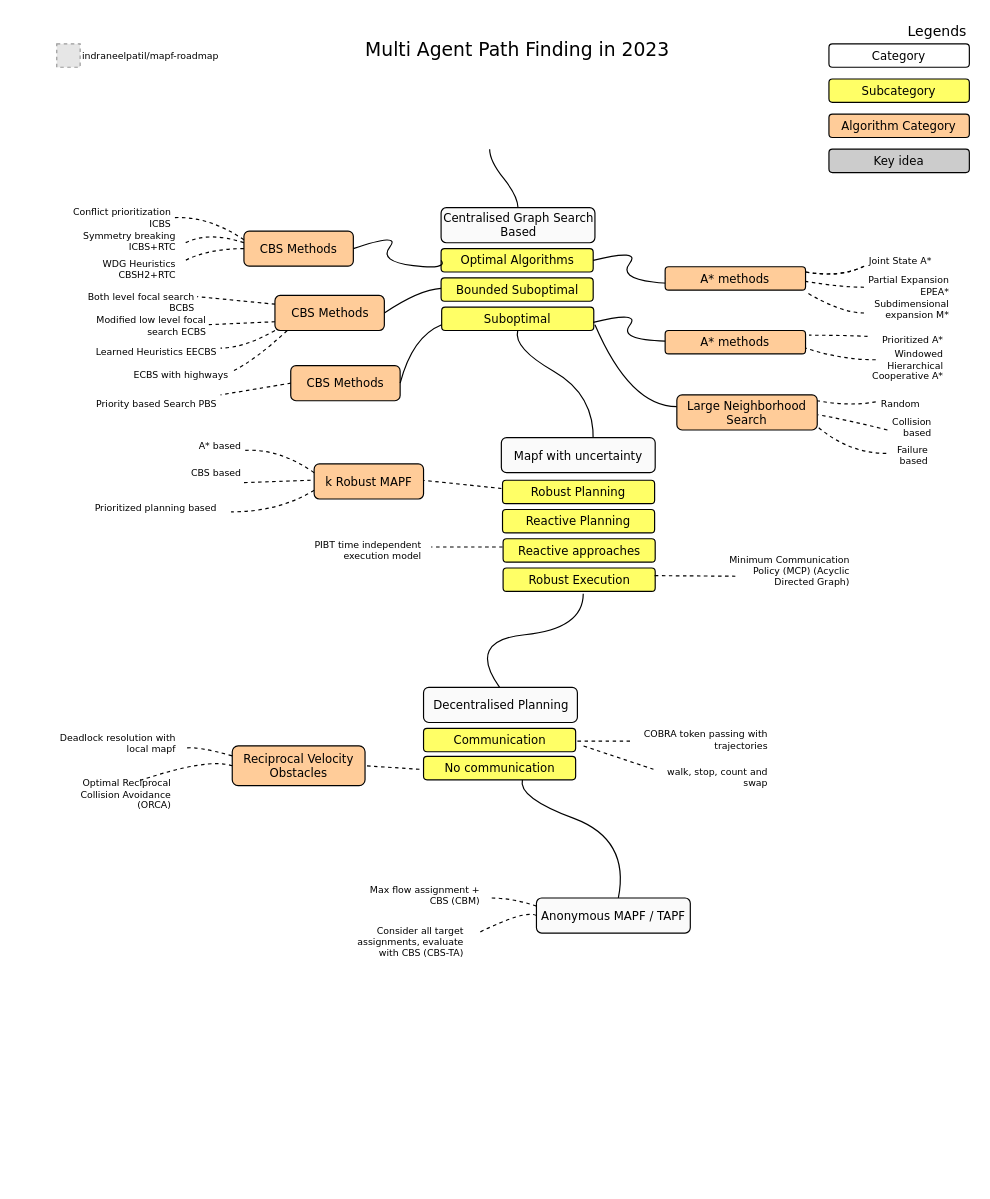
The draw.io diagram roadmap.drawio in indraneelpatil/mapf-roadmap, before the edit. Source tidied: cells renumbered, new cells numbered last; positions are measured from the earlier drawing's top-left corner, leaving out a move shared by most shapes. Both pictures are drawn from the tidied source at 117%, with x=0, y=0 at pixel (44, 20). Pictures stored in the file or linked from it are replaced by grey dashed boxes.
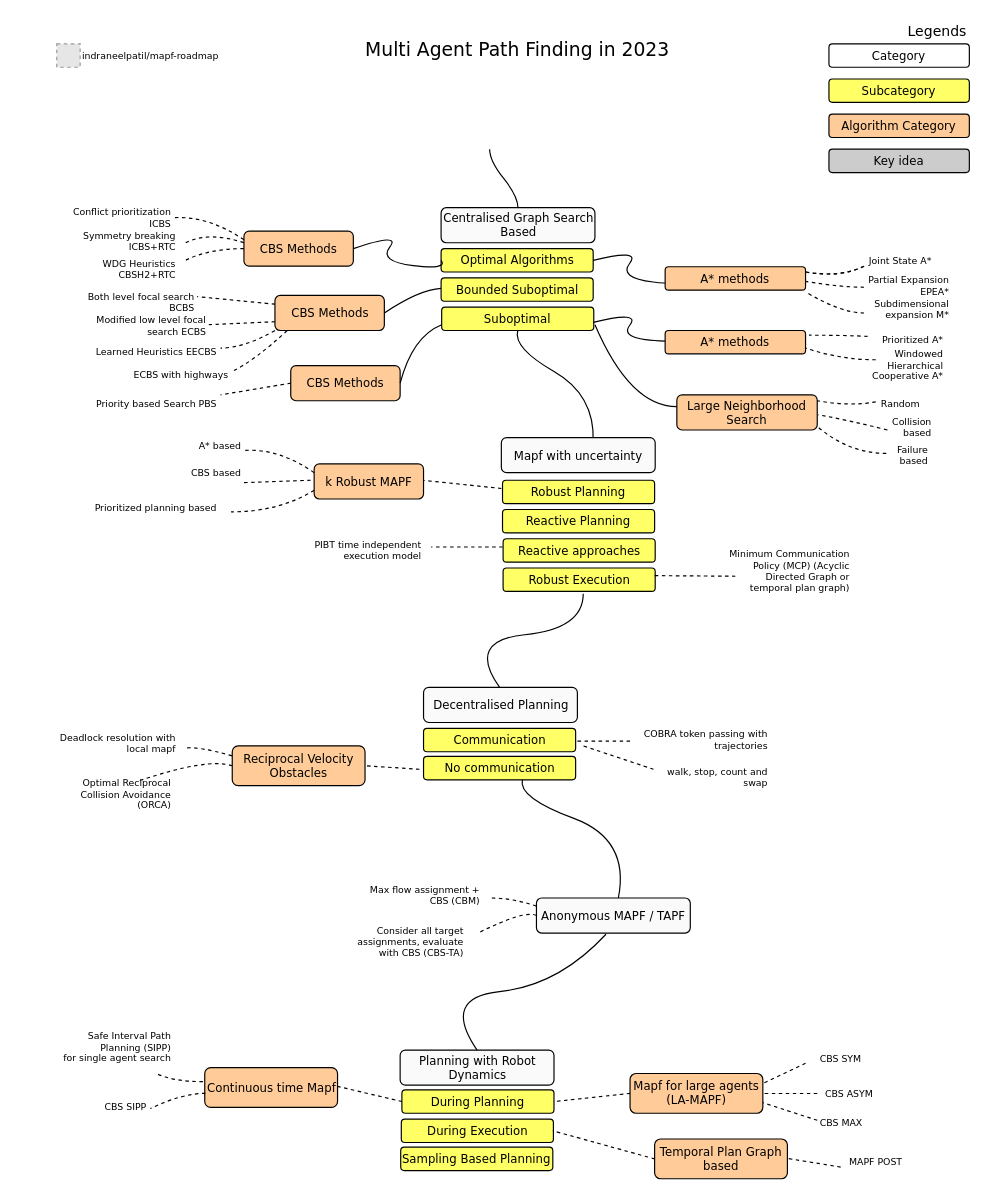
The same diagram, later.

The change refers to these unchanged cells:
```xml
<mxCell id="91" value="Anonymous MAPF / TAPF" style="rounded=1;whiteSpace=wrap;html=1;comic=0;fontFamily=Verdana;fontSize=10;fillColor=#fafafa;" parent="1" vertex="1">
  <mxGeometry x="420" y="750" width="131.5" height="30" as="geometry" />
</mxCell>
```

The edit, as a diff of the source:
```diff
@@
-    <mxCell id="68" value="Minimum Communication Policy (MCP) (Acyclic Directed Graph)" style="text;html=1;strokeColor=none;fillColor=none;align=right;verticalAlign=middle;whiteSpace=wrap;rounded=0;comic=0;fontFamily=Verdana;fontSize=8;" parent="1" vertex="1">
+    <mxCell id="68" value="Minimum Communication Policy (MCP) (Acyclic Directed Graph or temporal plan graph)" style="text;html=1;strokeColor=none;fillColor=none;align=right;verticalAlign=middle;whiteSpace=wrap;rounded=0;comic=0;fontFamily=Verdana;fontSize=8;" parent="1" vertex="1">
       <mxGeometry x="580" y="463" width="110" height="15" as="geometry" />
     </mxCell>
@@
+    <mxCell id="98" value="Planning with Robot Dynamics" style="rounded=1;whiteSpace=wrap;html=1;comic=0;fontFamily=Verdana;fontSize=10;fillColor=#fafafa;" parent="1" vertex="1">
+      <mxGeometry x="303.5" y="880" width="131.5" height="30" as="geometry" />
+    </mxCell>
+    <mxCell id="99" style="curved=1;endArrow=none;html=1;fontFamily=Verdana;fontSize=10;entryX=0.5;entryY=0;endFill=0;exitX=0.452;exitY=1.033;exitDx=0;exitDy=0;exitPerimeter=0;entryDx=0;entryDy=0;" parent="1" edge="1" source="91" target="98">
+      <mxGeometry relative="1" as="geometry">
+        <Array as="points">
+          <mxPoint x="438.5" y="825" />
+          <mxPoint x="338.5" y="835" />
+        </Array>
+      </mxGeometry>
+    </mxCell>
+    <mxCell id="100" value="During Planning" style="rounded=1;whiteSpace=wrap;html=1;comic=0;fontFamily=Verdana;fontSize=10;fillColor=#FFFF66;" parent="1" vertex="1">
+      <mxGeometry x="305" y="914" width="130" height="20" as="geometry" />
+    </mxCell>
+    <mxCell id="101" value="During Execution" style="rounded=1;whiteSpace=wrap;html=1;comic=0;fontFamily=Verdana;fontSize=10;fillColor=#FFFF66;" parent="1" vertex="1">
+      <mxGeometry x="304.5" y="939" width="130" height="20" as="geometry" />
+    </mxCell>
+    <mxCell id="102" value="Sampling Based Planning" style="rounded=1;whiteSpace=wrap;html=1;comic=0;fontFamily=Verdana;fontSize=10;fillColor=#FFFF66;" parent="1" vertex="1">
+      <mxGeometry x="304" y="963" width="130" height="20" as="geometry" />
+    </mxCell>
+    <mxCell id="103" value="Mapf for large agents (LA-MAPF)" style="rounded=1;whiteSpace=wrap;html=1;comic=0;fontFamily=Verdana;fontSize=10;fillColor=#ffcc99;strokeColor=#000000;" parent="1" vertex="1">
+      <mxGeometry x="500" y="900" width="113.5" height="34" as="geometry" />
+    </mxCell>
+    <mxCell id="104" style="curved=1;endArrow=none;html=1;fontFamily=Verdana;fontSize=8;endFill=0;dashed=1;entryX=1;entryY=0.5;entryDx=0;entryDy=0;exitX=0;exitY=0.5;exitDx=0;exitDy=0;" parent="1" edge="1" source="103" target="100">
+      <mxGeometry relative="1" as="geometry" />
+    </mxCell>
+    <mxCell id="105" value="CBS SYM" style="text;html=1;strokeColor=none;fillColor=none;align=right;verticalAlign=middle;whiteSpace=wrap;rounded=0;comic=0;fontFamily=Verdana;fontSize=8;" parent="1" vertex="1">
+      <mxGeometry x="650" y="880" width="50" height="15" as="geometry" />
+    </mxCell>
+    <mxCell id="106" value="CBS ASYM" style="text;html=1;strokeColor=none;fillColor=none;align=right;verticalAlign=middle;whiteSpace=wrap;rounded=0;comic=0;fontFamily=Verdana;fontSize=8;" parent="1" vertex="1">
+      <mxGeometry x="660" y="910" width="50" height="15" as="geometry" />
+    </mxCell>
+    <mxCell id="107" value="CBS MAX" style="text;html=1;strokeColor=none;fillColor=none;align=right;verticalAlign=middle;whiteSpace=wrap;rounded=0;comic=0;fontFamily=Verdana;fontSize=8;" parent="1" vertex="1">
+      <mxGeometry x="651" y="934" width="50" height="15" as="geometry" />
+    </mxCell>
+    <mxCell id="108" style="curved=1;endArrow=none;html=1;fontFamily=Verdana;fontSize=8;endFill=0;dashed=1;entryX=1;entryY=0.25;entryDx=0;entryDy=0;exitX=0;exitY=0.75;exitDx=0;exitDy=0;" parent="1" edge="1" source="105" target="103">
+      <mxGeometry relative="1" as="geometry" />
+    </mxCell>
+    <mxCell id="109" style="curved=1;endArrow=none;html=1;fontFamily=Verdana;fontSize=8;endFill=0;dashed=1;entryX=1;entryY=0.5;entryDx=0;entryDy=0;" parent="1" edge="1">
+      <mxGeometry relative="1" as="geometry">
+        <mxPoint x="660" y="917.1" as="sourcePoint" />
+        <mxPoint x="615" y="917.1" as="targetPoint" />
+      </mxGeometry>
+    </mxCell>
+    <mxCell id="110" style="curved=1;endArrow=none;html=1;fontFamily=Verdana;fontSize=8;endFill=0;dashed=1;" parent="1" edge="1">
+      <mxGeometry relative="1" as="geometry">
+        <mxPoint x="660" y="940" as="sourcePoint" />
+        <mxPoint x="613.5" y="925" as="targetPoint" />
+      </mxGeometry>
+    </mxCell>
+    <mxCell id="111" value="Continuous time Mapf" style="rounded=1;whiteSpace=wrap;html=1;comic=0;fontFamily=Verdana;fontSize=10;fillColor=#ffcc99;strokeColor=#000000;" parent="1" vertex="1">
+      <mxGeometry x="136.5" y="895" width="113.5" height="34" as="geometry" />
+    </mxCell>
+    <mxCell id="112" style="curved=1;endArrow=none;html=1;fontFamily=Verdana;fontSize=8;endFill=0;dashed=1;entryX=1;entryY=0.5;entryDx=0;entryDy=0;exitX=0;exitY=0.5;exitDx=0;exitDy=0;" parent="1" edge="1" source="100">
+      <mxGeometry relative="1" as="geometry">
+        <mxPoint x="250" y="911" as="targetPoint" />
+      </mxGeometry>
+    </mxCell>
+    <mxCell id="113" style="curved=1;endArrow=none;html=1;fontFamily=Verdana;fontSize=8;endFill=0;dashed=1;exitX=0;exitY=0.25;exitDx=0;exitDy=0;" parent="1" edge="1">
+      <mxGeometry relative="1" as="geometry">
+        <mxPoint x="135" y="907" as="sourcePoint" />
+        <mxPoint x="95" y="900" as="targetPoint" />
+        <Array as="points">
+          <mxPoint x="110" y="907" />
+        </Array>
+      </mxGeometry>
+    </mxCell>
+    <mxCell id="114" value="Safe Interval Path Planning (SIPP)&lt;br&gt;for single agent search" style="text;html=1;strokeColor=none;fillColor=none;align=right;verticalAlign=middle;whiteSpace=wrap;rounded=0;comic=0;fontFamily=Verdana;fontSize=8;" parent="1" vertex="1">
+      <mxGeometry y="870" width="110" height="15" as="geometry" />
+    </mxCell>
+    <mxCell id="115" style="curved=1;endArrow=none;html=1;fontFamily=Verdana;fontSize=8;endFill=0;dashed=1;" parent="1" edge="1">
+      <mxGeometry relative="1" as="geometry">
+        <mxPoint x="137" y="917" as="sourcePoint" />
+        <mxPoint x="90" y="930" as="targetPoint" />
+        <Array as="points">
+          <mxPoint x="117" y="917" />
+        </Array>
+      </mxGeometry>
+    </mxCell>
+    <mxCell id="116" value="CBS SIPP" style="text;html=1;strokeColor=none;fillColor=none;align=right;verticalAlign=middle;whiteSpace=wrap;rounded=0;comic=0;fontFamily=Verdana;fontSize=8;" parent="1" vertex="1">
+      <mxGeometry x="-21" y="921.5" width="110" height="15" as="geometry" />
+    </mxCell>
+    <mxCell id="117" style="curved=1;endArrow=none;html=1;fontFamily=Verdana;fontSize=8;endFill=0;dashed=1;entryX=1;entryY=0.25;entryDx=0;entryDy=0;exitX=0;exitY=0.5;exitDx=0;exitDy=0;" parent="1" edge="1" source="118">
+      <mxGeometry relative="1" as="geometry">
+        <mxPoint x="434" y="949" as="targetPoint" />
+      </mxGeometry>
+    </mxCell>
+    <mxCell id="118" value="Temporal Plan Graph based" style="rounded=1;whiteSpace=wrap;html=1;comic=0;fontFamily=Verdana;fontSize=10;fillColor=#ffcc99;strokeColor=#000000;" parent="1" vertex="1">
+      <mxGeometry x="521" y="956" width="113.5" height="34" as="geometry" />
+    </mxCell>
+    <mxCell id="119" style="curved=1;endArrow=none;html=1;fontFamily=Verdana;fontSize=8;endFill=0;dashed=1;entryX=1;entryY=0.5;entryDx=0;entryDy=0;" parent="1" edge="1">
+      <mxGeometry relative="1" as="geometry">
+        <mxPoint x="680" y="980" as="sourcePoint" />
+        <mxPoint x="634.5" y="972.6" as="targetPoint" />
+      </mxGeometry>
+    </mxCell>
+    <mxCell id="120" value="MAPF POST" style="text;html=1;strokeColor=none;fillColor=none;align=right;verticalAlign=middle;whiteSpace=wrap;rounded=0;comic=0;fontFamily=Verdana;fontSize=8;" parent="1" vertex="1">
+      <mxGeometry x="685" y="968" width="50" height="15" as="geometry" />
+    </mxCell>
```
